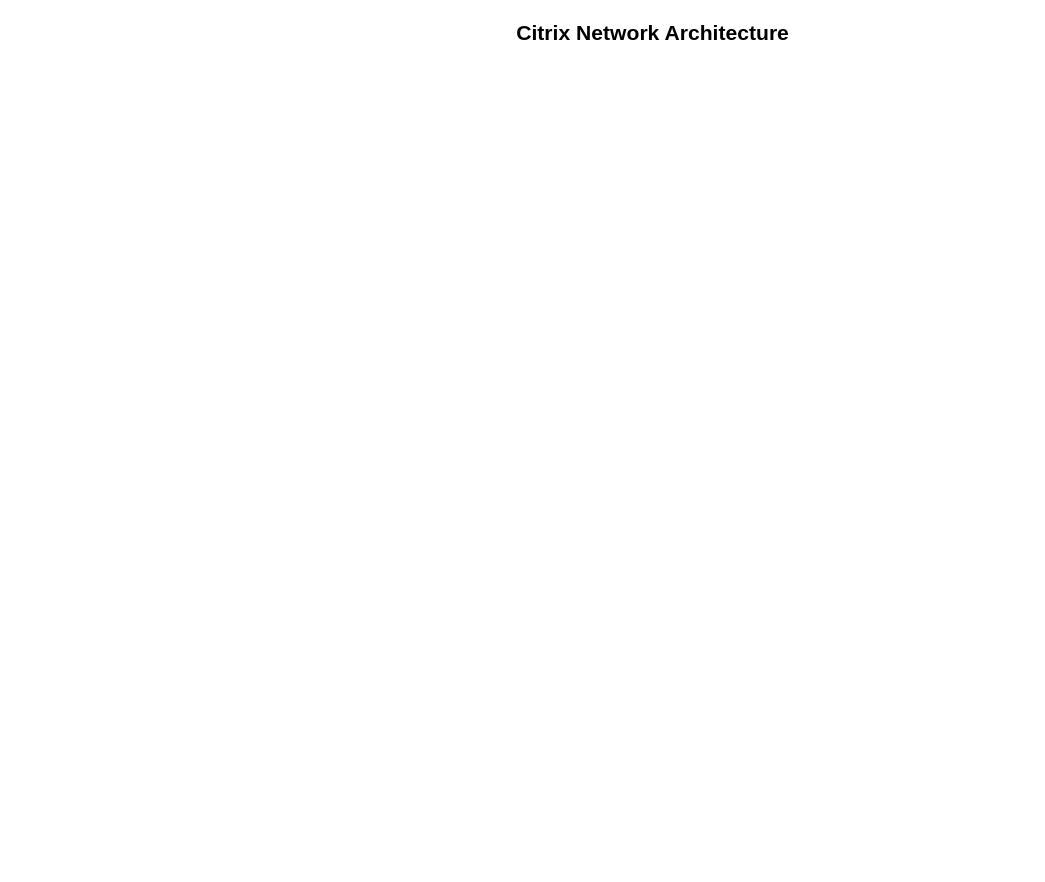
Before: Untitled Diagram.drawio in luube4r/Lululand, a draw.io diagram. Source tidied: cells renumbered, new cells numbered last; positions are measured from the earlier drawing's top-left corner, leaving out a move shared by most shapes. Both pictures are drawn from the tidied source at 88%, with x=0, y=0 at pixel (273, 15).
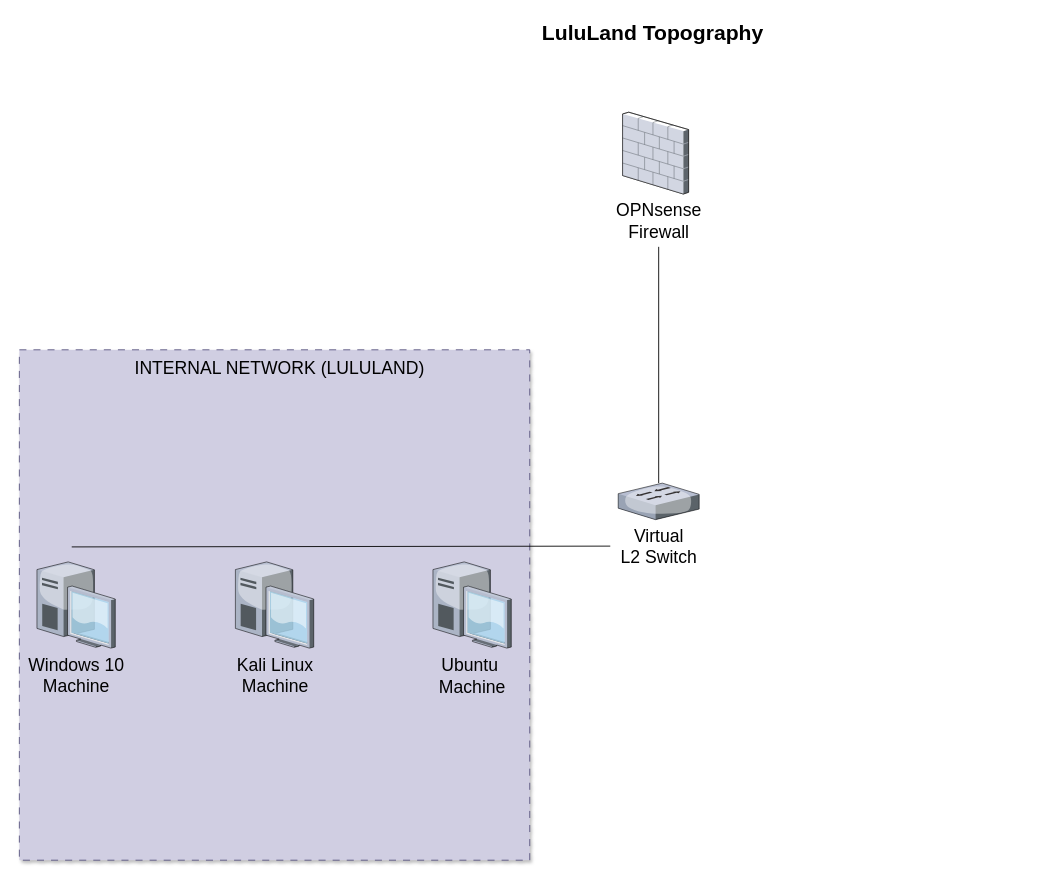
The same diagram, later.

Commit message:
Update LuluLand Topography

Change to the diagram source:
```diff
@@
 <mxGraphModel>
   <root>
     <mxCell id="0" />
     <mxCell id="1" parent="0" />
+    <mxCell id="3" style="whiteSpace=wrap;html=1;fillColor=#d0cee2;strokeColor=#56517e;dashed=1;dashPattern=8 8;shadow=1;" parent="1" vertex="1">
+      <mxGeometry x="-288.5" y="380" width="580" height="580" as="geometry" />
+    </mxCell>
-    <mxCell id="2" value="Citrix Network Architecture" style="text;strokeColor=none;fillColor=none;html=1;fontSize=24;fontStyle=1;verticalAlign=middle;align=center;" parent="1" vertex="1">
+    <mxCell id="2" value="LuluLand Topography" style="text;strokeColor=none;fillColor=none;html=1;fontSize=24;fontStyle=1;verticalAlign=middle;align=center;" parent="1" vertex="1">
       <mxGeometry width="861" height="40" as="geometry" />
     </mxCell>
+    <mxCell id="4" style="group;perimeterSpacing=1;strokeWidth=1;shadow=0;" parent="1" vertex="1">
+      <mxGeometry x="378" y="110" width="120" height="153" as="geometry" />
+    </mxCell>
+    <mxCell id="5" style="verticalLabelPosition=bottom;sketch=0;html=1;verticalAlign=top;strokeColor=none;align=center;shape=mxgraph.citrix.firewall;" parent="4" vertex="1">
+      <mxGeometry x="19" width="75" height="93" as="geometry" />
+    </mxCell>
+    <mxCell id="6" value="&lt;font style=&quot;font-size: 20px;&quot;&gt;OPNsense&lt;/font&gt;&lt;div&gt;&lt;font style=&quot;font-size: 20px;&quot;&gt;Firewall&lt;/font&gt;&lt;/div&gt;" style="text;html=1;align=center;verticalAlign=middle;points=[];strokeColor=none;fillColor=none;" parent="4" vertex="1">
+      <mxGeometry y="93" width="120" height="60" as="geometry" />
+    </mxCell>
+    <mxCell id="7" style="group;" parent="1" vertex="1">
+      <mxGeometry x="383" y="531.5" width="110" height="101.5" as="geometry" />
+    </mxCell>
+    <mxCell id="8" style="verticalLabelPosition=bottom;sketch=0;html=1;verticalAlign=top;strokeColor=none;align=center;outlineConnect=0;shape=mxgraph.citrix.switch;" parent="7" vertex="1">
+      <mxGeometry x="9" width="92" height="41.5" as="geometry" />
+    </mxCell>
+    <mxCell id="9" value="&lt;font style=&quot;font-size: 20px;&quot;&gt;Virtual&lt;/font&gt;&lt;div&gt;&lt;font style=&quot;font-size: 20px;&quot;&gt;L2 Switch&lt;/font&gt;&lt;/div&gt;" style="text;html=1;align=center;verticalAlign=middle;points=[];strokeColor=none;fillColor=none;" parent="7" vertex="1">
+      <mxGeometry y="41.5" width="110" height="60" as="geometry" />
+    </mxCell>
+    <mxCell id="10" style="edgeStyle=orthogonalEdgeStyle;rounded=0;jettySize=auto;html=1;endArrow=none;endFill=0;" parent="1" edge="1" source="6" target="8">
+      <mxGeometry relative="1" as="geometry" />
+    </mxCell>
+    <mxCell id="11" value="&lt;font style=&quot;font-size: 20px;&quot;&gt;INTERNAL NETWORK (LULULAND)&lt;/font&gt;" style="text;html=1;align=center;verticalAlign=middle;strokeColor=none;fillColor=none;" parent="1" vertex="1">
+      <mxGeometry x="-168.5" y="380" width="350" height="40" as="geometry" />
+    </mxCell>
+    <mxCell id="12" style="verticalLabelPosition=bottom;sketch=0;html=1;verticalAlign=top;strokeColor=none;align=center;shape=mxgraph.citrix.desktop;" parent="1" vertex="1">
+      <mxGeometry x="-268.5" y="621" width="89" height="98" as="geometry" />
+    </mxCell>
+    <mxCell id="13" style="verticalLabelPosition=bottom;sketch=0;html=1;verticalAlign=top;strokeColor=none;align=center;shape=mxgraph.citrix.desktop;" parent="1" vertex="1">
+      <mxGeometry x="-43" y="621" width="89" height="98" as="geometry" />
+    </mxCell>
+    <mxCell id="14" style="verticalLabelPosition=bottom;sketch=0;html=1;verticalAlign=top;strokeColor=none;align=center;shape=mxgraph.citrix.desktop;" parent="1" vertex="1">
+      <mxGeometry x="181.5" y="621" width="89" height="98" as="geometry" />
+    </mxCell>
+    <mxCell id="15" value="&lt;font style=&quot;font-size: 20px;&quot;&gt;Windows 10&lt;/font&gt;&lt;div&gt;&lt;font style=&quot;font-size: 20px;&quot;&gt;Machine&lt;/font&gt;&lt;/div&gt;" style="text;html=1;align=center;verticalAlign=middle;strokeColor=none;fillColor=none;" parent="1" vertex="1">
+      <mxGeometry x="-289" y="719" width="130" height="60" as="geometry" />
+    </mxCell>
+    <mxCell id="16" value="&lt;font style=&quot;font-size: 20px;&quot;&gt;Kali Linux&lt;/font&gt;&lt;div&gt;&lt;font style=&quot;font-size: 20px;&quot;&gt;Machine&lt;/font&gt;&lt;/div&gt;" style="text;html=1;align=center;verticalAlign=middle;strokeColor=none;fillColor=none;" parent="1" vertex="1">
+      <mxGeometry x="-53.5" y="719" width="110" height="60" as="geometry" />
+    </mxCell>
+    <mxCell id="17" value="&lt;div&gt;&lt;font style=&quot;font-size: 20px;&quot;&gt;Ubuntu&amp;nbsp;&lt;/font&gt;&lt;/div&gt;&lt;div&gt;&lt;font style=&quot;font-size: 20px;&quot;&gt;Machine&lt;/font&gt;&lt;/div&gt;" style="text;html=1;align=center;verticalAlign=middle;strokeColor=none;fillColor=none;" parent="1" vertex="1">
+      <mxGeometry x="176" y="720" width="100" height="60" as="geometry" />
+    </mxCell>
+    <mxCell id="18" style="edgeStyle=none;rounded=0;jettySize=auto;html=1;endArrow=none;endFill=0;" parent="1" edge="1" source="9">
+      <mxGeometry relative="1" as="geometry">
+        <mxPoint x="-229" y="604" as="targetPoint" />
+      </mxGeometry>
+    </mxCell>
   </root>
 </mxGraphModel>
```
